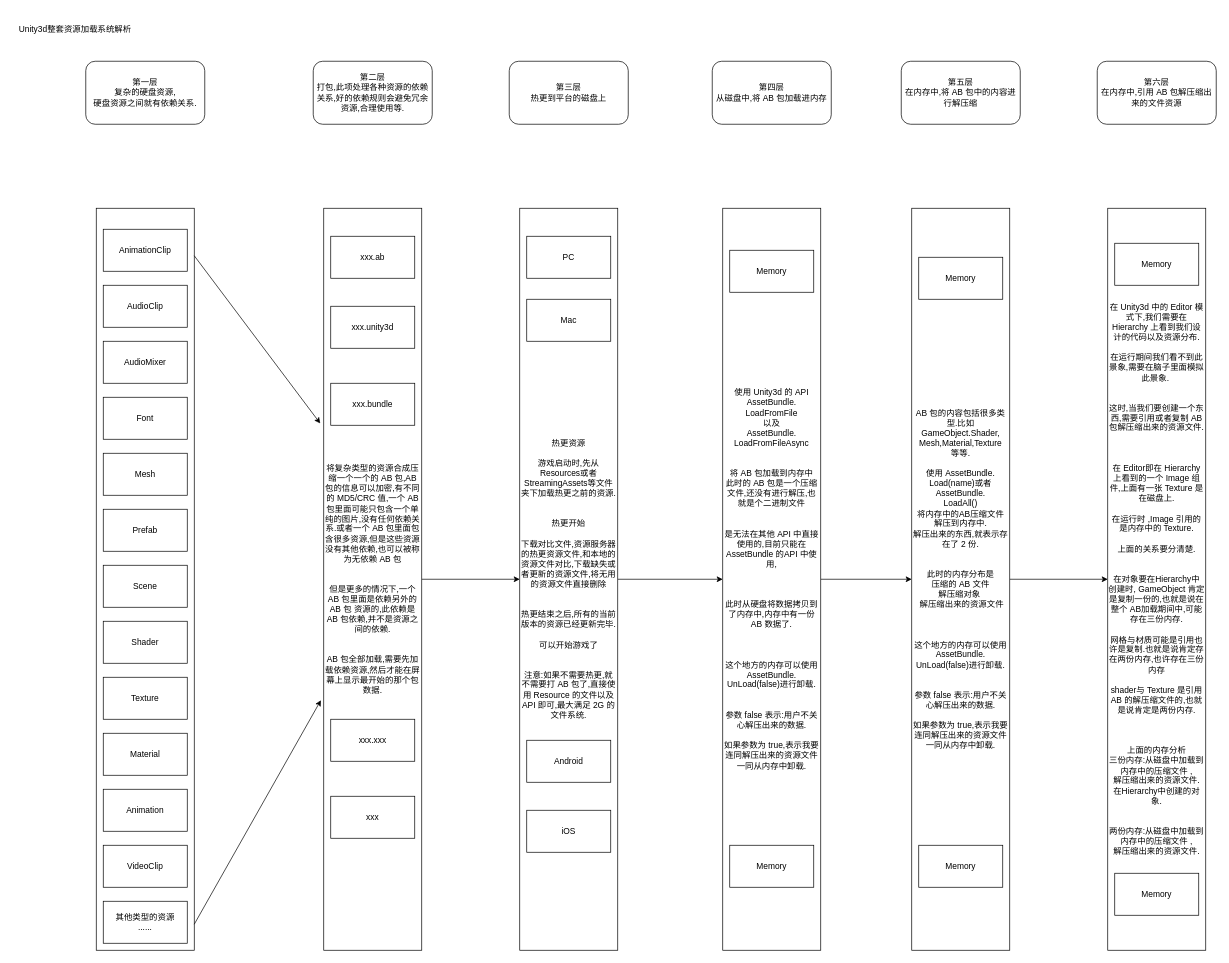
Earlier version of the draw.io diagram source/_posts/Unity/AssetBundles/Unity3d整套资源加载系统解析.drawio (xinzhuzi/Record). Source tidied: cells renumbered, new cells numbered last; positions are measured from the earlier drawing's top-left corner, leaving out a move shared by most shapes. Both pictures are drawn from the tidied source at 70%, with x=0, y=0 at pixel (12, 12).
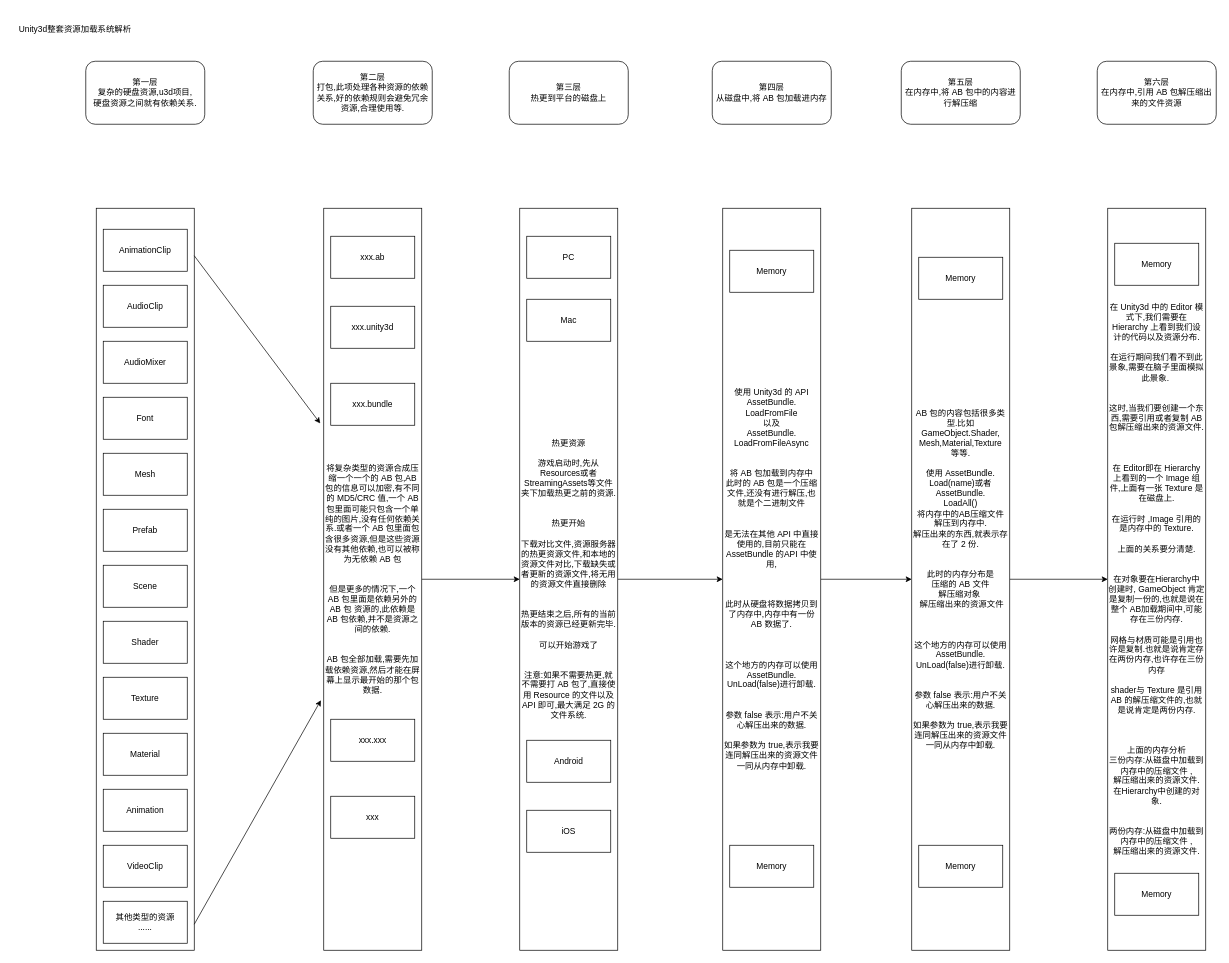
The same diagram, later.

The edit, as a diff of the source:
```diff
@@
-    <mxCell id="17" value="第一层&lt;br&gt;复杂的硬盘资源,&lt;br&gt;硬盘资源之间就有依赖关系." style="rounded=1;whiteSpace=wrap;html=1;" parent="1" vertex="1">
+    <mxCell id="17" value="第一层&lt;br&gt;复杂的硬盘资源,u3d项目,&lt;br&gt;硬盘资源之间就有依赖关系." style="rounded=1;whiteSpace=wrap;html=1;" parent="1" vertex="1">
       <mxGeometry x="105" y="70" width="170" height="90" as="geometry" />
     </mxCell>
```
